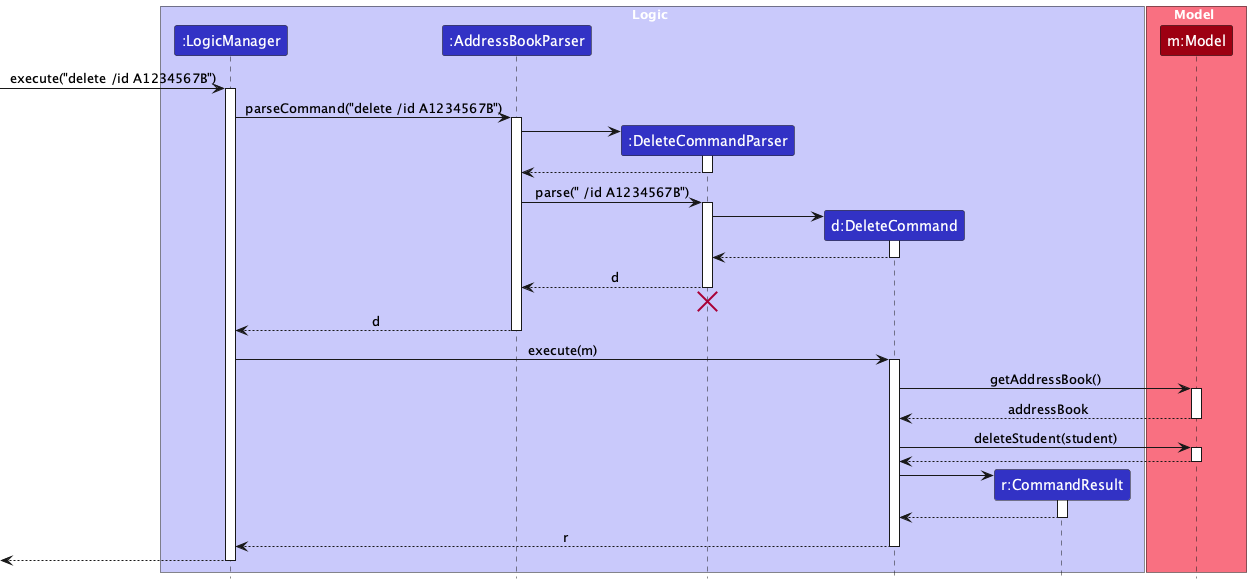
The PlantUML diagram docs/images/DeleteSequenceDiagram.png in AY2627S1-CS2103-F11-1/tp, before a commit. Its source is kept beside it as docs/diagrams/DeleteSequenceDiagram.puml. The source it was exported from:
```plantuml
@startuml
!include style.puml
skinparam ArrowFontStyle plain

box Logic LOGIC_COLOR_T1
participant ":LogicManager" as LogicManager LOGIC_COLOR
participant ":AddressBookParser" as AddressBookParser LOGIC_COLOR
participant ":DeleteCommandParser" as DeleteCommandParser LOGIC_COLOR
participant "d:DeleteCommand" as DeleteCommand LOGIC_COLOR
participant "r:CommandResult" as CommandResult LOGIC_COLOR
end box

box Model MODEL_COLOR_T1
participant "m:Model" as Model MODEL_COLOR
end box

[-> LogicManager : execute("delete /id A1234567B")
activate LogicManager

LogicManager -> AddressBookParser : parseCommand("delete /id A1234567B")
activate AddressBookParser

create DeleteCommandParser
AddressBookParser -> DeleteCommandParser
activate DeleteCommandParser

DeleteCommandParser --> AddressBookParser
deactivate DeleteCommandParser

AddressBookParser -> DeleteCommandParser : parse(" /id A1234567B")
activate DeleteCommandParser

create DeleteCommand
DeleteCommandParser -> DeleteCommand
activate DeleteCommand

DeleteCommand --> DeleteCommandParser :
deactivate DeleteCommand

DeleteCommandParser --> AddressBookParser : d
deactivate DeleteCommandParser
DeleteCommandParser -[hidden]-> AddressBookParser
destroy DeleteCommandParser

AddressBookParser --> LogicManager : d
deactivate AddressBookParser

LogicManager -> DeleteCommand : execute(m)
activate DeleteCommand

DeleteCommand -> Model : getAddressBook()
activate Model

Model --> DeleteCommand : addressBook
deactivate Model

DeleteCommand -> Model : deleteStudent(student)
activate Model

Model --> DeleteCommand
deactivate Model

create CommandResult
DeleteCommand -> CommandResult
activate CommandResult

CommandResult --> DeleteCommand
deactivate CommandResult

DeleteCommand --> LogicManager : r
deactivate DeleteCommand

[<--LogicManager
deactivate LogicManager
@enduml
```
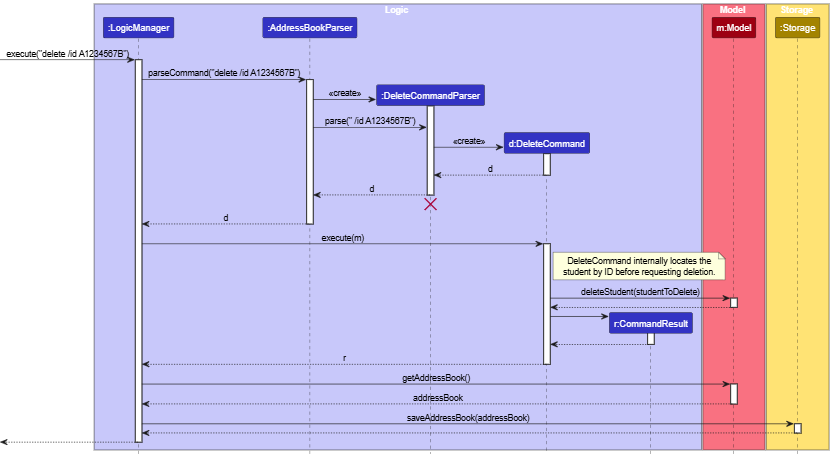
The same file after the commit.

The edit, as a diff of the source:
```diff
@@ -11,7 +11,7 @@
 end box
 
 box Model MODEL_COLOR_T1
-participant "m:Model" as Model MODEL_COLOR
+participant "model:Model" as Model MODEL_COLOR
 end box
 
 [-> LogicManager : execute("delete /id A1234567B")
@@ -23,7 +23,6 @@
 create DeleteCommandParser
 AddressBookParser -> DeleteCommandParser
 activate DeleteCommandParser
-
 DeleteCommandParser --> AddressBookParser
 deactivate DeleteCommandParser
 
@@ -33,43 +32,42 @@
 create DeleteCommand
 DeleteCommandParser -> DeleteCommand
 activate DeleteCommand
-
-DeleteCommand --> DeleteCommandParser :
+DeleteCommand --> DeleteCommandParser
 deactivate DeleteCommand
 
 DeleteCommandParser --> AddressBookParser : d
 deactivate DeleteCommandParser
+
 DeleteCommandParser -[hidden]-> AddressBookParser
 destroy DeleteCommandParser
 
 AddressBookParser --> LogicManager : d
 deactivate AddressBookParser
 
-LogicManager -> DeleteCommand : execute(m)
+LogicManager -> DeleteCommand : execute(model)
 activate DeleteCommand
 
-DeleteCommand -> Model : getAddressBook()
+note right of DeleteCommand
+  The student is located using
+  the supplied ID.
+
+  Lookup details are omitted.
+end note
+
+DeleteCommand -> Model : deleteStudent(studentToDelete)
 activate Model
-
-Model --> DeleteCommand : addressBook
-deactivate Model
-
-DeleteCommand -> Model : deleteStudent(student)
-activate Model
-
 Model --> DeleteCommand
 deactivate Model
 
 create CommandResult
 DeleteCommand -> CommandResult
 activate CommandResult
-
 CommandResult --> DeleteCommand
 deactivate CommandResult
 
 DeleteCommand --> LogicManager : r
 deactivate DeleteCommand
 
-[<--LogicManager
+[<-- LogicManager
 deactivate LogicManager
 @enduml
```
